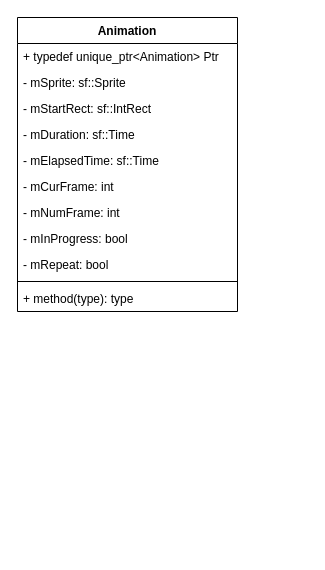
slo248/CS202-Crossy-Road keeps this draw.io diagram as Class-Diagrams/Animation.drawio. Above is the earlier version. Source tidied: cells renumbered, new cells numbered last; positions are measured from the earlier drawing's top-left corner, leaving out a move shared by most shapes. Both pictures are drawn from the tidied source at 100%, with x=0, y=0 at pixel (17, 17).
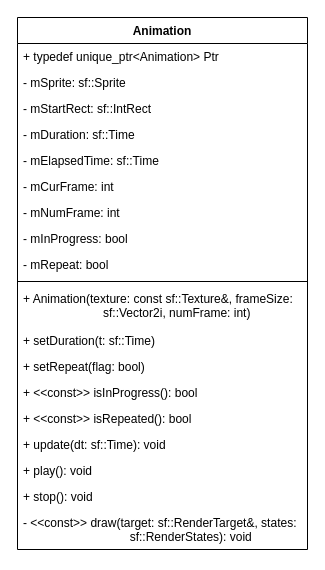
Above is the later version.

Diff of the diagram source:
```diff
@@
     <mxCell id="2" value="Animation" style="swimlane;fontStyle=1;align=center;verticalAlign=top;horizontal=1;startSize=26;whiteSpace=wrap;html=1;" parent="1" vertex="1">
-      <mxGeometry width="220" height="294" as="geometry" />
+      <mxGeometry width="290" height="532" as="geometry" />
     </mxCell>
     <mxCell id="3" value="+ typedef unique_ptr&amp;lt;Animation&amp;gt; Ptr" style="text;strokeColor=none;fillColor=none;align=left;verticalAlign=top;spacingLeft=4;spacingRight=4;overflow=hidden;whiteSpace=wrap;html=1;" parent="2" vertex="1">
-      <mxGeometry y="26" width="220" height="26" as="geometry" />
+      <mxGeometry y="26" width="290" height="26" as="geometry" />
     </mxCell>
     <mxCell id="4" value="- mSprite: sf::Sprite" style="text;strokeColor=none;fillColor=none;align=left;verticalAlign=top;spacingLeft=4;spacingRight=4;overflow=hidden;whiteSpace=wrap;html=1;" parent="2" vertex="1">
-      <mxGeometry y="52" width="220" height="26" as="geometry" />
+      <mxGeometry y="52" width="290" height="26" as="geometry" />
     </mxCell>
     <mxCell id="5" value="- mStartRect: sf::IntRect" style="text;strokeColor=none;fillColor=none;align=left;verticalAlign=top;spacingLeft=4;spacingRight=4;overflow=hidden;whiteSpace=wrap;html=1;" parent="2" vertex="1">
-      <mxGeometry y="78" width="220" height="26" as="geometry" />
+      <mxGeometry y="78" width="290" height="26" as="geometry" />
     </mxCell>
     <mxCell id="6" value="- mDuration: sf::Time" style="text;strokeColor=none;fillColor=none;align=left;verticalAlign=top;spacingLeft=4;spacingRight=4;overflow=hidden;whiteSpace=wrap;html=1;" parent="2" vertex="1">
-      <mxGeometry y="104" width="220" height="26" as="geometry" />
+      <mxGeometry y="104" width="290" height="26" as="geometry" />
     </mxCell>
     <mxCell id="7" value="- mElapsedTime: sf::Time" style="text;strokeColor=none;fillColor=none;align=left;verticalAlign=top;spacingLeft=4;spacingRight=4;overflow=hidden;whiteSpace=wrap;html=1;" parent="2" vertex="1">
-      <mxGeometry y="130" width="220" height="26" as="geometry" />
+      <mxGeometry y="130" width="290" height="26" as="geometry" />
     </mxCell>
     <mxCell id="8" value="- mCurFrame: int" style="text;strokeColor=none;fillColor=none;align=left;verticalAlign=top;spacingLeft=4;spacingRight=4;overflow=hidden;whiteSpace=wrap;html=1;" parent="2" vertex="1">
-      <mxGeometry y="156" width="220" height="26" as="geometry" />
+      <mxGeometry y="156" width="290" height="26" as="geometry" />
     </mxCell>
     <mxCell id="9" value="- mNumFrame: int" style="text;strokeColor=none;fillColor=none;align=left;verticalAlign=top;spacingLeft=4;spacingRight=4;overflow=hidden;whiteSpace=wrap;html=1;" parent="2" vertex="1">
-      <mxGeometry y="182" width="220" height="26" as="geometry" />
+      <mxGeometry y="182" width="290" height="26" as="geometry" />
     </mxCell>
     <mxCell id="10" value="- mInProgress: bool" style="text;strokeColor=none;fillColor=none;align=left;verticalAlign=top;spacingLeft=4;spacingRight=4;overflow=hidden;whiteSpace=wrap;html=1;" parent="2" vertex="1">
-      <mxGeometry y="208" width="220" height="26" as="geometry" />
+      <mxGeometry y="208" width="290" height="26" as="geometry" />
     </mxCell>
     <mxCell id="11" value="- mRepeat: bool" style="text;strokeColor=none;fillColor=none;align=left;verticalAlign=top;spacingLeft=4;spacingRight=4;overflow=hidden;whiteSpace=wrap;html=1;" parent="2" vertex="1">
-      <mxGeometry y="234" width="220" height="26" as="geometry" />
+      <mxGeometry y="234" width="290" height="26" as="geometry" />
     </mxCell>
     <mxCell id="12" style="line;strokeWidth=1;fillColor=none;align=left;verticalAlign=middle;spacingTop=-1;spacingLeft=3;spacingRight=3;labelPosition=right;strokeColor=inherit;" parent="2" vertex="1">
-      <mxGeometry y="260" width="220" height="8" as="geometry" />
+      <mxGeometry y="260" width="290" height="8" as="geometry" />
     </mxCell>
+    <mxCell id="14" value="+ Animation(texture: const sf::Texture&amp;amp;, frameSize: &lt;span style=&quot;white-space: pre;&quot;&gt;&#9;&lt;/span&gt;&lt;span style=&quot;white-space: pre;&quot;&gt;&#9;&lt;/span&gt;&lt;span style=&quot;white-space: pre;&quot;&gt;&#9;&lt;/span&gt;sf::Vector2i, numFrame: int)" style="text;strokeColor=none;fillColor=none;align=left;verticalAlign=top;spacingLeft=4;spacingRight=4;overflow=hidden;whiteSpace=wrap;html=1;" parent="2" vertex="1">
+      <mxGeometry y="268" width="290" height="42" as="geometry" />
+    </mxCell>
+    <mxCell id="15" value="+ setDuration(t: sf::Time)" style="text;strokeColor=none;fillColor=none;align=left;verticalAlign=top;spacingLeft=4;spacingRight=4;overflow=hidden;whiteSpace=wrap;html=1;" parent="2" vertex="1">
+      <mxGeometry y="310" width="290" height="26" as="geometry" />
+    </mxCell>
+    <mxCell id="16" value="+ setRepeat(flag: bool)" style="text;strokeColor=none;fillColor=none;align=left;verticalAlign=top;spacingLeft=4;spacingRight=4;overflow=hidden;whiteSpace=wrap;html=1;" parent="2" vertex="1">
+      <mxGeometry y="336" width="290" height="26" as="geometry" />
+    </mxCell>
-    <mxCell id="13" value="+ method(type): type" style="text;strokeColor=none;fillColor=none;align=left;verticalAlign=top;spacingLeft=4;spacingRight=4;overflow=hidden;whiteSpace=wrap;html=1;" parent="2" vertex="1">
-      <mxGeometry y="268" width="220" height="26" as="geometry" />
+    <mxCell id="13" value="+ &amp;lt;&amp;lt;const&amp;gt;&amp;gt; isInProgress(): bool" style="text;strokeColor=none;fillColor=none;align=left;verticalAlign=top;spacingLeft=4;spacingRight=4;overflow=hidden;whiteSpace=wrap;html=1;" parent="2" vertex="1">
+      <mxGeometry y="362" width="290" height="26" as="geometry" />
     </mxCell>
+    <mxCell id="17" value="+ &amp;lt;&amp;lt;const&amp;gt;&amp;gt; isRepeated(): bool" style="text;strokeColor=none;fillColor=none;align=left;verticalAlign=top;spacingLeft=4;spacingRight=4;overflow=hidden;whiteSpace=wrap;html=1;" parent="2" vertex="1">
+      <mxGeometry y="388" width="290" height="26" as="geometry" />
+    </mxCell>
+    <mxCell id="18" value="+ update(dt: sf::Time): void" style="text;strokeColor=none;fillColor=none;align=left;verticalAlign=top;spacingLeft=4;spacingRight=4;overflow=hidden;whiteSpace=wrap;html=1;" parent="2" vertex="1">
+      <mxGeometry y="414" width="290" height="26" as="geometry" />
+    </mxCell>
+    <mxCell id="19" value="+ play(): void" style="text;strokeColor=none;fillColor=none;align=left;verticalAlign=top;spacingLeft=4;spacingRight=4;overflow=hidden;whiteSpace=wrap;html=1;" parent="2" vertex="1">
+      <mxGeometry y="440" width="290" height="26" as="geometry" />
+    </mxCell>
+    <mxCell id="20" value="+ stop(): void" style="text;strokeColor=none;fillColor=none;align=left;verticalAlign=top;spacingLeft=4;spacingRight=4;overflow=hidden;whiteSpace=wrap;html=1;" parent="2" vertex="1">
+      <mxGeometry y="466" width="290" height="26" as="geometry" />
+    </mxCell>
+    <mxCell id="21" value="- &amp;lt;&amp;lt;const&amp;gt;&amp;gt; draw(target: sf::RenderTarget&amp;amp;, states: &lt;span style=&quot;white-space: pre;&quot;&gt;&#9;&lt;/span&gt;&lt;span style=&quot;white-space: pre;&quot;&gt;&#9;&lt;/span&gt;&lt;span style=&quot;white-space: pre;&quot;&gt;&#9;&lt;/span&gt;&lt;span style=&quot;white-space: pre;&quot;&gt;&#9;&lt;/span&gt;sf::RenderStates): void" style="text;strokeColor=none;fillColor=none;align=left;verticalAlign=top;spacingLeft=4;spacingRight=4;overflow=hidden;whiteSpace=wrap;html=1;" parent="2" vertex="1">
+      <mxGeometry y="492" width="290" height="40" as="geometry" />
+    </mxCell>
```
